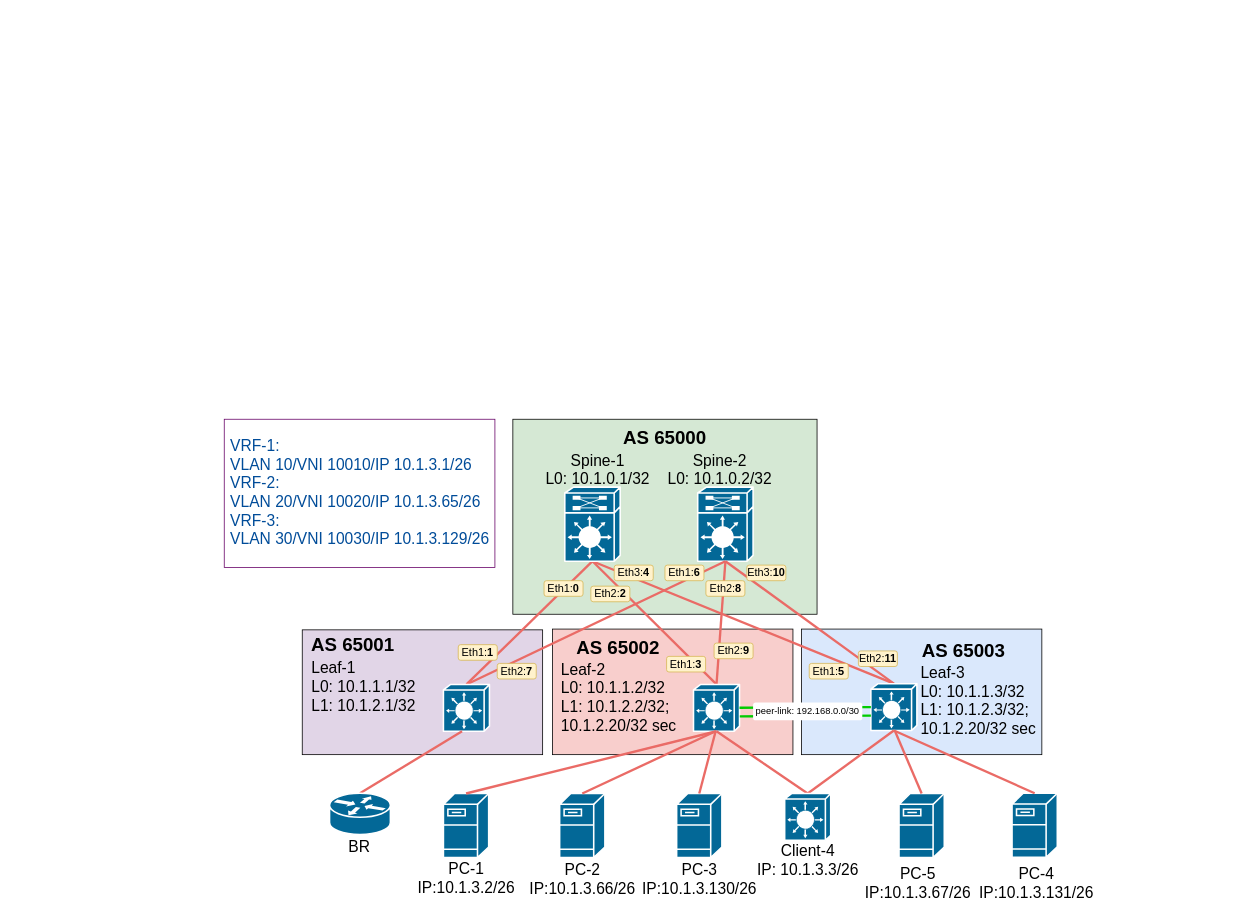
Tema-sudo/OTUS_DC_network_design keeps this draw.io diagram as Graduate_project/GP_common_topo.drawio. Above is the earlier version. Source tidied: cells renumbered, new cells numbered last; positions are measured from the earlier drawing's top-left corner, leaving out a move shared by most shapes. Both pictures are drawn from the tidied source at 78%, with x=0, y=0 at pixel (224, 419).
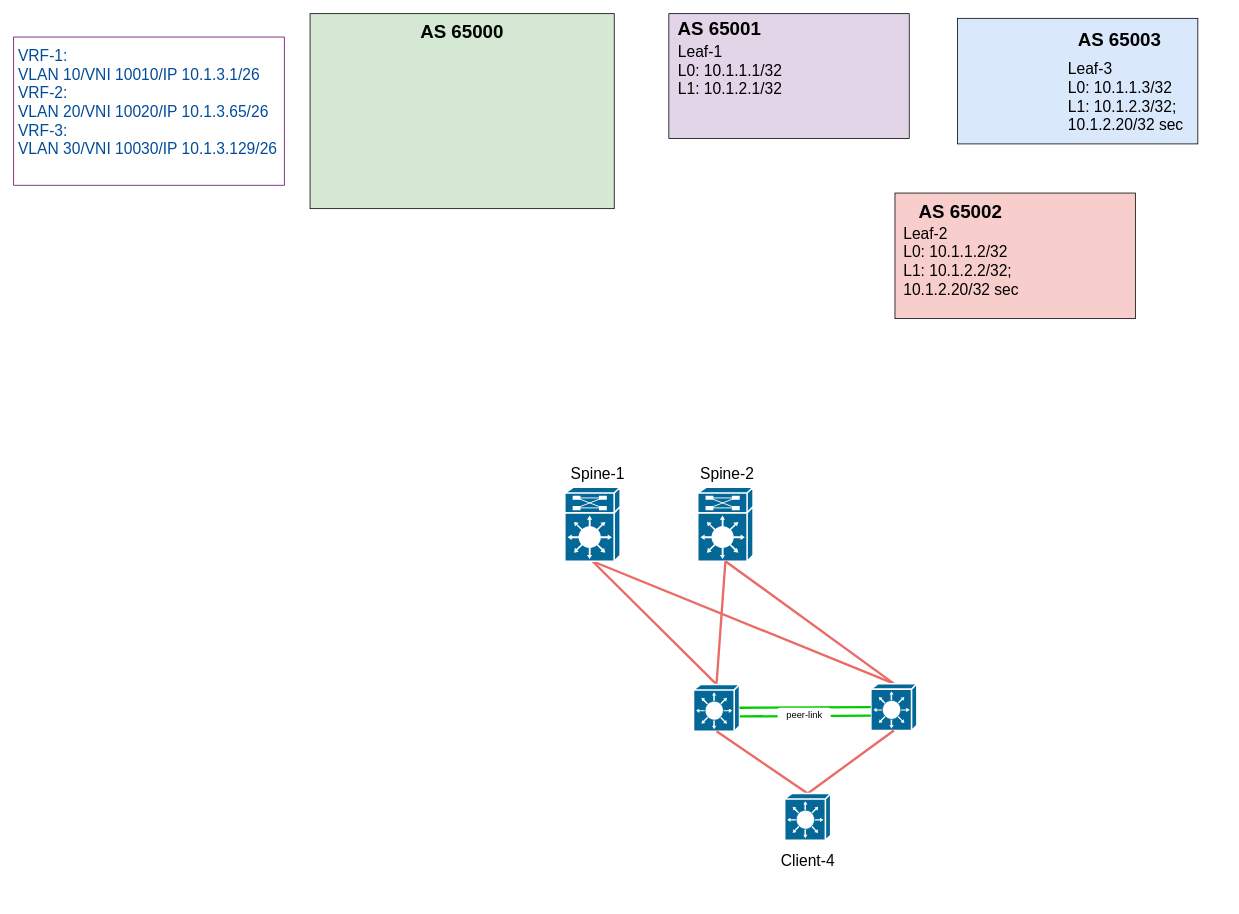
The same diagram, later.

Unchanged cells that the change refers to:
```xml
<mxCell id="8" style="shape=mxgraph.cisco.misc.route_switch_processor;html=1;dashed=0;fillColor=#036897;strokeColor=#ffffff;strokeWidth=2;verticalLabelPosition=bottom;verticalAlign=top;rounded=0;shadow=0;comic=0;fontFamily=Verdana;fontSize=12;" parent="1" vertex="1">
  <mxGeometry x="607" y="87" width="71" height="95" as="geometry" />
</mxCell>
<mxCell id="34" style="shape=mxgraph.cisco.misc.route_switch_processor;html=1;dashed=0;fillColor=#036897;strokeColor=#ffffff;strokeWidth=2;verticalLabelPosition=bottom;verticalAlign=top;rounded=0;shadow=0;comic=0;fontFamily=Verdana;fontSize=12;" parent="1" vertex="1">
  <mxGeometry x="436.6" y="87" width="71" height="95" as="geometry" />
</mxCell>
<mxCell id="36" style="shape=mxgraph.cisco.switches.layer_3_switch;sketch=0;html=1;dashed=0;fillColor=#036897;strokeColor=#ffffff;strokeWidth=2;verticalLabelPosition=bottom;verticalAlign=top;align=center;outlineConnect=0;hachureGap=4;jiggle=2;curveFitting=1;fontFamily=Architects Daughter;fontSize=20;" parent="1" vertex="1">
  <mxGeometry x="601.6" y="340" width="59" height="60" as="geometry" />
</mxCell>
<mxCell id="37" style="shape=mxgraph.cisco.switches.layer_3_switch;sketch=0;html=1;dashed=0;fillColor=#036897;strokeColor=#ffffff;strokeWidth=2;verticalLabelPosition=bottom;verticalAlign=top;align=center;outlineConnect=0;hachureGap=4;jiggle=2;curveFitting=1;fontFamily=Architects Daughter;fontSize=20;" parent="1" vertex="1">
  <mxGeometry x="829" y="339" width="59" height="60" as="geometry" />
</mxCell>
```

Diff of the diagram source:
```diff
@@
     <mxCell id="2" style="rounded=0;whiteSpace=wrap;html=1;fillColor=#dae8fc;strokeColor=#000000;" parent="1" vertex="1">
-      <mxGeometry x="740" y="269" width="308.2" height="161" as="geometry" />
+      <mxGeometry x="940" y="-514" width="308.2" height="161" as="geometry" />
     </mxCell>
     <mxCell id="3" style="rounded=0;whiteSpace=wrap;html=1;fillColor=#f8cecc;strokeColor=#000000;" parent="1" vertex="1">
-      <mxGeometry x="420.9" y="269" width="308.2" height="161" as="geometry" />
+      <mxGeometry x="859.9" y="-290" width="308.2" height="161" as="geometry" />
     </mxCell>
     <mxCell id="4" style="rounded=0;whiteSpace=wrap;html=1;fillColor=#e1d5e7;strokeColor=#000000;" parent="1" vertex="1">
-      <mxGeometry x="100" y="270" width="308.2" height="160" as="geometry" />
+      <mxGeometry x="570" y="-520" width="308.2" height="160" as="geometry" />
     </mxCell>
     <mxCell id="5" style="rounded=0;whiteSpace=wrap;html=1;fillColor=#d5e8d4;strokeColor=#000000;" parent="1" vertex="1">
-      <mxGeometry x="370" width="390" height="250" as="geometry" />
+      <mxGeometry x="110" y="-520" width="390" height="250" as="geometry" />
     </mxCell>
-    <mxCell id="6" style="edgeStyle=none;rounded=0;hachureGap=4;jettySize=auto;html=1;exitX=0.5;exitY=0;exitDx=0;exitDy=0;exitPerimeter=0;entryX=0.5;entryY=1;entryDx=0;entryDy=0;entryPerimeter=0;fontFamily=Architects Daughter;fontSize=16;strokeColor=#EA6B66;endArrow=none;endFill=0;strokeWidth=3;" parent="1" edge="1" source="35" target="34">
-      <mxGeometry relative="1" as="geometry" />
-    </mxCell>
@@
-    <mxCell id="9" value="Spine-1&lt;br&gt;L0:&amp;nbsp;10.1.0.1/32" style="text;html=1;strokeColor=none;fillColor=none;align=center;verticalAlign=middle;whiteSpace=wrap;rounded=0;fontSize=20;fontFamily=Helvetica;horizontal=1;" parent="1" vertex="1">
-      <mxGeometry x="408.2" y="44" width="141.8" height="40" as="geometry" />
+    <mxCell id="9" value="Spine-1" style="text;html=1;strokeColor=none;fillColor=none;align=center;verticalAlign=middle;whiteSpace=wrap;rounded=0;fontSize=20;fontFamily=Helvetica;horizontal=1;" parent="1" vertex="1">
+      <mxGeometry x="433.6" y="61" width="90" height="16" as="geometry" />
     </mxCell>
     <mxCell id="10" value="Leaf-1&lt;br&gt;L0: 10.1.1.1/32&lt;br&gt;L1: 10.1.2.1/32" style="text;html=1;strokeColor=none;fillColor=none;align=left;verticalAlign=middle;whiteSpace=wrap;rounded=0;fontSize=20;fontFamily=Helvetica;horizontal=1;" parent="1" vertex="1">
-      <mxGeometry x="110" y="317" width="155" height="50" as="geometry" />
+      <mxGeometry x="580" y="-473" width="155" height="50" as="geometry" />
     </mxCell>
-    <mxCell id="11" value="Spine-2&lt;br&gt;L0:&amp;nbsp;10.1.0.2/32" style="text;html=1;strokeColor=none;fillColor=none;align=center;verticalAlign=middle;whiteSpace=wrap;rounded=0;fontSize=20;fontFamily=Helvetica;horizontal=1;" parent="1" vertex="1">
-      <mxGeometry x="565" y="44" width="141" height="40" as="geometry" />
+    <mxCell id="11" value="Spine-2" style="text;html=1;strokeColor=none;fillColor=none;align=center;verticalAlign=middle;whiteSpace=wrap;rounded=0;fontSize=20;fontFamily=Helvetica;horizontal=1;" parent="1" vertex="1">
+      <mxGeometry x="607" y="56" width="76" height="26" as="geometry" />
     </mxCell>
     <mxCell id="12" value="Leaf-3&lt;br&gt;L0:&amp;nbsp;10.1.1.3/32&lt;br&gt;L1:&amp;nbsp;10.1.2.3/32;&amp;nbsp;&lt;br&gt;10.1.2.20/32 sec" style="text;html=1;strokeColor=none;fillColor=none;align=left;verticalAlign=middle;whiteSpace=wrap;rounded=0;fontSize=20;fontFamily=Helvetica;horizontal=1;" parent="1" vertex="1">
-      <mxGeometry x="891" y="340" width="156" height="40" as="geometry" />
+      <mxGeometry x="1080" y="-434" width="156" height="40" as="geometry" />
     </mxCell>
-    <mxCell id="13" style="edgeStyle=none;rounded=0;hachureGap=4;jettySize=auto;html=1;exitX=0.5;exitY=0;exitDx=0;exitDy=0;exitPerimeter=0;entryX=0.5;entryY=1;entryDx=0;entryDy=0;entryPerimeter=0;fontFamily=Architects Daughter;fontSize=16;endArrow=none;endFill=0;strokeWidth=3;strokeColor=#EA6B66;" parent="1" edge="1" source="35" target="8">
-      <mxGeometry relative="1" as="geometry" />
-    </mxCell>
@@
-    <mxCell id="17" value="Eth1:&lt;b&gt;1&lt;/b&gt;" style="text;html=1;strokeColor=#d6b656;fillColor=#fff2cc;align=center;verticalAlign=middle;whiteSpace=wrap;rounded=1;fontSize=14;fontFamily=Helvetica;horizontal=1;" parent="1" vertex="1">
-      <mxGeometry x="300" y="289" width="50" height="20" as="geometry" />
-    </mxCell>
     <mxCell id="18" value="AS 65000" style="text;html=1;strokeColor=none;fillColor=none;align=center;verticalAlign=middle;whiteSpace=wrap;rounded=0;fontSize=24;fontFamily=Helvetica;horizontal=1;fontStyle=1;fontColor=#000000;" parent="1" vertex="1">
-      <mxGeometry x="430" y="10" width="270" height="28" as="geometry" />
+      <mxGeometry x="170" y="-510" width="270" height="28" as="geometry" />
     </mxCell>
-    <mxCell id="19" value="Eth2:&lt;b&gt;7&lt;/b&gt;" style="text;html=1;strokeColor=#d6b656;fillColor=#fff2cc;align=center;verticalAlign=middle;whiteSpace=wrap;rounded=1;fontSize=14;fontFamily=Helvetica;horizontal=1;" parent="1" vertex="1">
-      <mxGeometry x="350" y="313" width="50" height="20" as="geometry" />
-    </mxCell>
-    <mxCell id="20" value="Eth1:&lt;b&gt;0&lt;/b&gt;" style="text;html=1;strokeColor=#d6b656;fillColor=#fff2cc;align=center;verticalAlign=middle;whiteSpace=wrap;rounded=1;fontSize=14;fontFamily=Helvetica;horizontal=1;" parent="1" vertex="1">
-      <mxGeometry x="410" y="207" width="50" height="20" as="geometry" />
-    </mxCell>
-    <mxCell id="21" value="Eth2:&lt;b&gt;2&lt;/b&gt;" style="text;html=1;strokeColor=#d6b656;fillColor=#fff2cc;align=center;verticalAlign=middle;whiteSpace=wrap;rounded=1;fontSize=14;fontFamily=Helvetica;horizontal=1;" parent="1" vertex="1">
-      <mxGeometry x="470" y="214" width="50" height="20" as="geometry" />
-    </mxCell>
-    <mxCell id="22" value="Eth1:&lt;b&gt;3&lt;/b&gt;" style="text;html=1;strokeColor=#d6b656;fillColor=#fff2cc;align=center;verticalAlign=middle;whiteSpace=wrap;rounded=1;fontSize=14;fontFamily=Helvetica;horizontal=1;" parent="1" vertex="1">
-      <mxGeometry x="567.1" y="304" width="50" height="20" as="geometry" />
-    </mxCell>
-    <mxCell id="23" value="Eth1:&lt;b&gt;6&lt;/b&gt;" style="text;html=1;strokeColor=#d6b656;fillColor=#fff2cc;align=center;verticalAlign=middle;whiteSpace=wrap;rounded=1;fontSize=14;fontFamily=Helvetica;horizontal=1;" parent="1" vertex="1">
-      <mxGeometry x="565" y="187" width="50" height="20" as="geometry" />
-    </mxCell>
-    <mxCell id="24" value="Eth3:&lt;b&gt;4&lt;/b&gt;" style="text;html=1;strokeColor=#d6b656;fillColor=#fff2cc;align=center;verticalAlign=middle;whiteSpace=wrap;rounded=1;fontSize=14;fontFamily=Helvetica;horizontal=1;" parent="1" vertex="1">
-      <mxGeometry x="500" y="187" width="50" height="20" as="geometry" />
-    </mxCell>
-    <mxCell id="25" value="Eth1:&lt;b&gt;5&lt;/b&gt;" style="text;html=1;strokeColor=#d6b656;fillColor=#fff2cc;align=center;verticalAlign=middle;whiteSpace=wrap;rounded=1;fontSize=14;fontFamily=Helvetica;horizontal=1;" parent="1" vertex="1">
-      <mxGeometry x="750" y="313" width="50" height="20" as="geometry" />
-    </mxCell>
-    <mxCell id="26" value="Eth2:&lt;b&gt;9&lt;/b&gt;" style="text;html=1;strokeColor=#d6b656;fillColor=#fff2cc;align=center;verticalAlign=middle;whiteSpace=wrap;rounded=1;fontSize=14;fontFamily=Helvetica;horizontal=1;" parent="1" vertex="1">
-      <mxGeometry x="628" y="287" width="50" height="20" as="geometry" />
-    </mxCell>
-    <mxCell id="27" value="Eth2:&lt;b&gt;8&lt;/b&gt;" style="text;html=1;strokeColor=#d6b656;fillColor=#fff2cc;align=center;verticalAlign=middle;whiteSpace=wrap;rounded=1;fontSize=14;fontFamily=Helvetica;horizontal=1;" parent="1" vertex="1">
-      <mxGeometry x="617.5" y="207" width="50" height="20" as="geometry" />
-    </mxCell>
-    <mxCell id="28" value="Eth3:&lt;b&gt;10&lt;/b&gt;" style="text;html=1;strokeColor=#d6b656;fillColor=#fff2cc;align=center;verticalAlign=middle;whiteSpace=wrap;rounded=1;fontSize=14;fontFamily=Helvetica;horizontal=1;" parent="1" vertex="1">
-      <mxGeometry x="670" y="187" width="50" height="20" as="geometry" />
-    </mxCell>
-    <mxCell id="29" value="Eth2:&lt;b&gt;11&lt;/b&gt;" style="text;html=1;strokeColor=#d6b656;fillColor=#fff2cc;align=center;verticalAlign=middle;whiteSpace=wrap;rounded=1;fontSize=14;fontFamily=Helvetica;horizontal=1;" parent="1" vertex="1">
-      <mxGeometry x="813" y="297" width="50" height="20" as="geometry" />
-    </mxCell>
     <mxCell id="30" value="AS 65001" style="text;html=1;strokeColor=none;fillColor=none;align=center;verticalAlign=middle;whiteSpace=wrap;rounded=0;fontSize=24;fontFamily=Helvetica;horizontal=1;fontStyle=1;fontColor=#000000;" parent="1" vertex="1">
-      <mxGeometry x="30" y="276" width="270" height="28" as="geometry" />
+      <mxGeometry x="500" y="-514" width="270" height="28" as="geometry" />
     </mxCell>
     <mxCell id="31" value="AS 65002" style="text;html=1;strokeColor=none;fillColor=none;align=center;verticalAlign=middle;whiteSpace=wrap;rounded=0;fontSize=24;fontFamily=Helvetica;horizontal=1;fontStyle=1;fontColor=#000000;" parent="1" vertex="1">
-      <mxGeometry x="370" y="279" width="270" height="28" as="geometry" />
+      <mxGeometry x="809" y="-280" width="270" height="28" as="geometry" />
     </mxCell>
     <mxCell id="32" value="AS 65003" style="text;html=1;strokeColor=none;fillColor=none;align=center;verticalAlign=middle;whiteSpace=wrap;rounded=0;fontSize=24;fontFamily=Helvetica;horizontal=1;fontStyle=1;fontColor=#000000;" parent="1" vertex="1">
-      <mxGeometry x="813" y="283" width="270" height="28" as="geometry" />
+      <mxGeometry x="1013" y="-500" width="270" height="28" as="geometry" />
     </mxCell>
     <mxCell id="33" value="Leaf-2&lt;br&gt;&lt;div style=&quot;&quot;&gt;&lt;span style=&quot;background-color: initial;&quot;&gt;L0:&amp;nbsp;10.1.1.2/32&lt;/span&gt;&lt;/div&gt;&lt;div style=&quot;&quot;&gt;&lt;span style=&quot;background-color: initial;&quot;&gt;L1:&amp;nbsp;&lt;/span&gt;&lt;span style=&quot;background-color: initial;&quot;&gt;10.1.2.2/32;&lt;/span&gt;&lt;/div&gt;&lt;div style=&quot;&quot;&gt;&lt;span style=&quot;background-color: initial;&quot;&gt;10.1.2.20/32 sec&lt;/span&gt;&lt;/div&gt;" style="text;html=1;strokeColor=none;fillColor=none;align=left;verticalAlign=middle;whiteSpace=wrap;rounded=0;fontSize=20;fontFamily=Helvetica;horizontal=1;" parent="1" vertex="1">
-      <mxGeometry x="430" y="331" width="170" height="50" as="geometry" />
+      <mxGeometry x="869" y="-228" width="170" height="50" as="geometry" />
     </mxCell>
@@
-    <mxCell id="35" style="shape=mxgraph.cisco.switches.layer_3_switch;sketch=0;html=1;dashed=0;fillColor=#036897;strokeColor=#ffffff;strokeWidth=2;verticalLabelPosition=bottom;verticalAlign=top;align=center;outlineConnect=0;hachureGap=4;jiggle=2;curveFitting=1;fontFamily=Architects Daughter;fontSize=20;" parent="1" vertex="1">
-      <mxGeometry x="281" y="340" width="59" height="60" as="geometry" />
-    </mxCell>
@@
-    <mxCell id="38" style="shape=mxgraph.cisco.servers.fileserver;sketch=0;html=1;dashed=0;fillColor=#036897;strokeColor=#ffffff;strokeWidth=2;verticalLabelPosition=bottom;verticalAlign=top;align=center;outlineConnect=0;" parent="1" vertex="1">
-      <mxGeometry x="281" y="479.8" width="58" height="82" as="geometry" />
-    </mxCell>
-    <mxCell id="39" style="edgeStyle=none;rounded=0;hachureGap=4;jettySize=auto;html=1;exitX=0.5;exitY=0;exitDx=0;exitDy=0;exitPerimeter=0;fontFamily=Architects Daughter;fontSize=16;strokeColor=#EA6B66;endArrow=none;endFill=0;strokeWidth=3;entryX=0.5;entryY=1;entryDx=0;entryDy=0;entryPerimeter=0;" parent="1" edge="1" source="38" target="36">
-      <mxGeometry relative="1" as="geometry" />
-    </mxCell>
@@
-    <mxCell id="41" value="PC-1&lt;br&gt;IP:10.1.3.2/26" style="text;html=1;strokeColor=none;fillColor=none;align=center;verticalAlign=middle;whiteSpace=wrap;rounded=0;fontSize=20;fontFamily=Helvetica;horizontal=1;" parent="1" vertex="1">
-      <mxGeometry x="229.5" y="581" width="161" height="14" as="geometry" />
-    </mxCell>
     <mxCell id="42" style="rounded=0;whiteSpace=wrap;html=1;strokeColor=#660066;strokeWidth=1;" parent="1" vertex="1">
-      <mxGeometry width="347" height="190" as="geometry" />
+      <mxGeometry x="-270" y="-490" width="347" height="190" as="geometry" />
     </mxCell>
     <mxCell id="43" value="&lt;div&gt;&lt;font color=&quot;#004c99&quot;&gt;VRF-1:&lt;/font&gt;&lt;/div&gt;&lt;div&gt;&lt;span style=&quot;color: rgb(0, 76, 153); background-color: initial;&quot;&gt;VLAN 10/VNI 10010/IP 10.1.3.1/26&lt;/span&gt;&lt;/div&gt;&lt;div&gt;&lt;font color=&quot;#004c99&quot;&gt;VRF-2:&lt;/font&gt;&lt;/div&gt;&lt;div&gt;&lt;font color=&quot;#004c99&quot;&gt;VLAN 20/VNI 10020/IP 10.1.3.65/26&lt;/font&gt;&lt;/div&gt;&lt;div&gt;&lt;font color=&quot;#004c99&quot;&gt;VRF-3:&lt;/font&gt;&lt;/div&gt;&lt;div&gt;&lt;font color=&quot;#004c99&quot;&gt;VLAN 30/VNI 10030/IP 10.1.3.129/26&lt;/font&gt;&lt;/div&gt;&lt;div&gt;&lt;br&gt;&lt;/div&gt;" style="text;html=1;strokeColor=none;fillColor=none;align=left;verticalAlign=middle;whiteSpace=wrap;rounded=0;fontSize=20;fontFamily=Helvetica;horizontal=1;strokeWidth=0;" parent="1" vertex="1">
-      <mxGeometry x="6" y="20" width="340" height="170" as="geometry" />
+      <mxGeometry x="-266" y="-480" width="340" height="170" as="geometry" />
     </mxCell>
@@
-    <mxCell id="47" value="&lt;font style=&quot;font-size: 12px;&quot;&gt;peer-link: 192.168.0.0/30&lt;/font&gt;" style="text;html=1;strokeColor=none;fillColor=default;align=center;verticalAlign=bottom;whiteSpace=wrap;rounded=1;fontSize=20;fontFamily=Helvetica;horizontal=1;gradientColor=none;fillStyle=auto;glass=0;" parent="1" vertex="1">
-      <mxGeometry x="678" y="363" width="140" height="23" as="geometry" />
+    <mxCell id="47" value="&lt;font style=&quot;font-size: 12px;&quot;&gt;peer-link&lt;/font&gt;" style="text;html=1;strokeColor=none;fillColor=default;align=center;verticalAlign=bottom;whiteSpace=wrap;rounded=1;fontSize=20;fontFamily=Helvetica;horizontal=1;gradientColor=none;fillStyle=auto;glass=0;" parent="1" vertex="1">
+      <mxGeometry x="709.5" y="370" width="68" height="20" as="geometry" />
     </mxCell>
@@
-    <mxCell id="49" style="shape=mxgraph.cisco.servers.fileserver;sketch=0;html=1;dashed=0;fillColor=#036897;strokeColor=#ffffff;strokeWidth=2;verticalLabelPosition=bottom;verticalAlign=top;align=center;outlineConnect=0;" parent="1" vertex="1">
-      <mxGeometry x="865.1" y="479.8" width="58" height="82" as="geometry" />
-    </mxCell>
-    <mxCell id="50" value="PC-5&lt;br&gt;IP:10.1.3.67/26" style="text;html=1;strokeColor=none;fillColor=none;align=center;verticalAlign=middle;whiteSpace=wrap;rounded=0;fontSize=20;fontFamily=Helvetica;horizontal=1;" parent="1" vertex="1">
-      <mxGeometry x="809" y="586.5" width="161" height="14" as="geometry" />
-    </mxCell>
-    <mxCell id="51" style="shape=mxgraph.cisco.servers.fileserver;sketch=0;html=1;dashed=0;fillColor=#036897;strokeColor=#ffffff;strokeWidth=2;verticalLabelPosition=bottom;verticalAlign=top;align=center;outlineConnect=0;" parent="1" vertex="1">
-      <mxGeometry x="430" y="479.8" width="58" height="82" as="geometry" />
-    </mxCell>
-    <mxCell id="52" style="edgeStyle=none;rounded=0;hachureGap=4;jettySize=auto;html=1;exitX=0.5;exitY=0;exitDx=0;exitDy=0;exitPerimeter=0;fontFamily=Architects Daughter;fontSize=16;strokeColor=#EA6B66;endArrow=none;endFill=0;strokeWidth=3;" parent="1" edge="1" source="51">
-      <mxGeometry relative="1" as="geometry">
-        <mxPoint x="630" y="400" as="targetPoint" />
-      </mxGeometry>
-    </mxCell>
-    <mxCell id="53" style="edgeStyle=none;rounded=0;hachureGap=4;jettySize=auto;html=1;exitX=0.5;exitY=0;exitDx=0;exitDy=0;exitPerimeter=0;fontFamily=Architects Daughter;fontSize=16;strokeColor=#EA6B66;endArrow=none;endFill=0;strokeWidth=3;" parent="1" edge="1" source="49">
-      <mxGeometry relative="1" as="geometry">
-        <mxPoint x="860" y="400" as="targetPoint" />
-      </mxGeometry>
-    </mxCell>
-    <mxCell id="54" value="PC-2&lt;br&gt;IP:10.1.3.66/26" style="text;html=1;strokeColor=none;fillColor=none;align=center;verticalAlign=middle;whiteSpace=wrap;rounded=0;fontSize=20;fontFamily=Helvetica;horizontal=1;" parent="1" vertex="1">
-      <mxGeometry x="378.5" y="582.2" width="161" height="14" as="geometry" />
-    </mxCell>
-    <mxCell id="55" style="edgeStyle=none;rounded=0;hachureGap=4;jettySize=auto;html=1;fontFamily=Architects Daughter;fontSize=16;strokeColor=#EA6B66;endArrow=none;endFill=0;strokeWidth=3;entryX=0.5;entryY=1;entryDx=0;entryDy=0;entryPerimeter=0;exitX=0.5;exitY=0;exitDx=0;exitDy=0;exitPerimeter=0;" parent="1" edge="1" source="64">
-      <mxGeometry relative="1" as="geometry">
-        <mxPoint x="304.9" y="400" as="targetPoint" />
-      </mxGeometry>
-    </mxCell>
-    <mxCell id="56" value="BR" style="text;html=1;strokeColor=none;fillColor=none;align=center;verticalAlign=middle;whiteSpace=wrap;rounded=0;fontSize=20;fontFamily=Helvetica;horizontal=1;" parent="1" vertex="1">
-      <mxGeometry x="148" y="539.8" width="51" height="14" as="geometry" />
-    </mxCell>
-    <mxCell id="57" value="Client-4&lt;br&gt;IP: 10.1.3.3/26" style="text;html=1;strokeColor=none;fillColor=none;align=center;verticalAlign=middle;whiteSpace=wrap;rounded=0;fontSize=20;fontFamily=Helvetica;horizontal=1;" parent="1" vertex="1">
-      <mxGeometry x="667.5" y="548.5" width="161" height="32.5" as="geometry" />
+    <mxCell id="57" value="Client-4" style="text;html=1;strokeColor=none;fillColor=none;align=center;verticalAlign=middle;whiteSpace=wrap;rounded=0;fontSize=20;fontFamily=Helvetica;horizontal=1;" parent="1" vertex="1">
+      <mxGeometry x="703.8" y="548.5" width="88.5" height="32.5" as="geometry" />
     </mxCell>
-    <mxCell id="58" style="shape=mxgraph.cisco.servers.fileserver;sketch=0;html=1;dashed=0;fillColor=#036897;strokeColor=#ffffff;strokeWidth=2;verticalLabelPosition=bottom;verticalAlign=top;align=center;outlineConnect=0;" parent="1" vertex="1">
-      <mxGeometry x="580" y="479.8" width="58" height="82" as="geometry" />
-    </mxCell>
-    <mxCell id="59" style="edgeStyle=none;rounded=0;hachureGap=4;jettySize=auto;html=1;exitX=0.5;exitY=0;exitDx=0;exitDy=0;exitPerimeter=0;fontFamily=Architects Daughter;fontSize=16;strokeColor=#EA6B66;endArrow=none;endFill=0;strokeWidth=3;" parent="1" edge="1" source="58">
-      <mxGeometry relative="1" as="geometry">
-        <mxPoint x="630" y="400" as="targetPoint" />
-      </mxGeometry>
-    </mxCell>
-    <mxCell id="60" style="shape=mxgraph.cisco.servers.fileserver;sketch=0;html=1;dashed=0;fillColor=#036897;strokeColor=#ffffff;strokeWidth=2;verticalLabelPosition=bottom;verticalAlign=top;align=center;outlineConnect=0;" parent="1" vertex="1">
-      <mxGeometry x="1010" y="479.5" width="58" height="82" as="geometry" />
-    </mxCell>
-    <mxCell id="61" value="PC-3&lt;br&gt;IP:10.1.3.130/26" style="text;html=1;strokeColor=none;fillColor=none;align=center;verticalAlign=middle;whiteSpace=wrap;rounded=0;fontSize=20;fontFamily=Helvetica;horizontal=1;" parent="1" vertex="1">
-      <mxGeometry x="528.5" y="582.2" width="161" height="14" as="geometry" />
-    </mxCell>
-    <mxCell id="62" value="PC-4&lt;br&gt;IP:10.1.3.131/26" style="text;html=1;strokeColor=none;fillColor=none;align=center;verticalAlign=middle;whiteSpace=wrap;rounded=0;fontSize=20;fontFamily=Helvetica;horizontal=1;" parent="1" vertex="1">
-      <mxGeometry x="961" y="586.5" width="161" height="14" as="geometry" />
-    </mxCell>
-    <mxCell id="63" style="edgeStyle=none;rounded=0;hachureGap=4;jettySize=auto;html=1;exitX=0.5;exitY=0;exitDx=0;exitDy=0;exitPerimeter=0;fontFamily=Architects Daughter;fontSize=16;strokeColor=#EA6B66;endArrow=none;endFill=0;strokeWidth=3;entryX=0.5;entryY=1;entryDx=0;entryDy=0;entryPerimeter=0;" parent="1" edge="1" source="60" target="37">
-      <mxGeometry relative="1" as="geometry" />
-    </mxCell>
-    <mxCell id="64" style="shape=mxgraph.cisco.routers.router;sketch=0;html=1;dashed=0;fillColor=#036897;strokeColor=#ffffff;strokeWidth=2;verticalLabelPosition=bottom;verticalAlign=top;align=center;outlineConnect=0;" parent="1" vertex="1">
-      <mxGeometry x="135" y="479.5" width="78" height="53" as="geometry" />
-    </mxCell>
```
